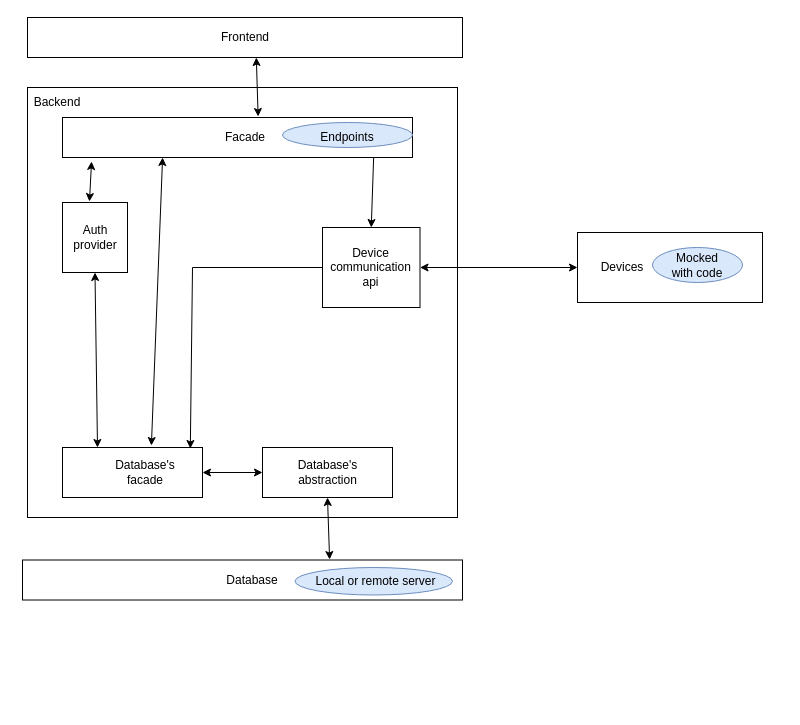
Before: DevicesMenagement/DevicesMenagement/docs/devicesMenagement_archi.drawio in Przemo12121/DevicesManagementApi, a draw.io diagram. Source tidied: cells renumbered, new cells numbered last; positions are measured from the earlier drawing's top-left corner, leaving out a move shared by most shapes. Both pictures are drawn from the tidied source at 100%, with x=0, y=0 at pixel (22, 17).
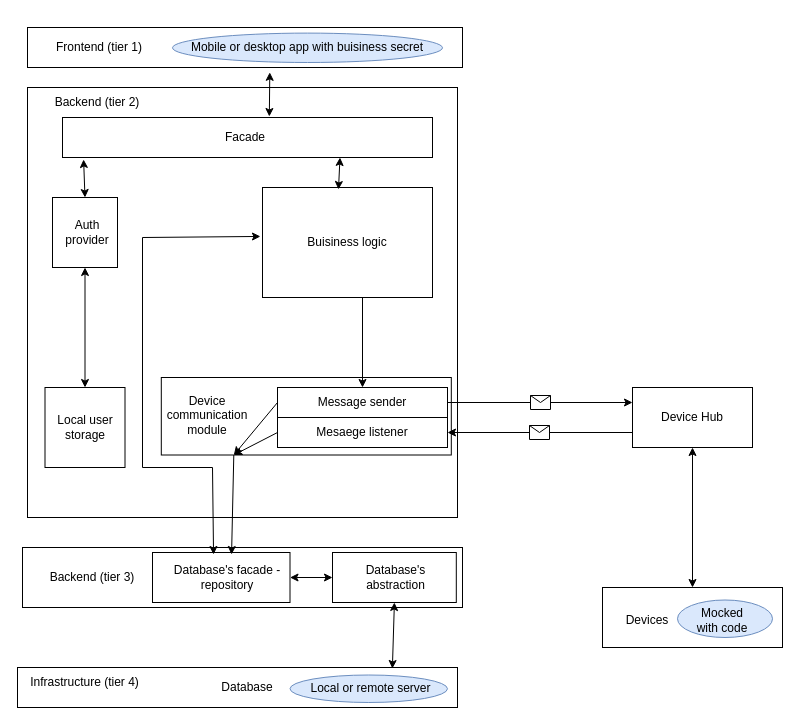
After the change.

The edit, as a diff of the source:
```diff
@@
+    <mxCell id="35" style="rounded=0;whiteSpace=wrap;html=1;" parent="1" vertex="1">
+      <mxGeometry y="530" width="440" height="60" as="geometry" />
+    </mxCell>
@@
     <mxCell id="3" style="rounded=0;whiteSpace=wrap;html=1;" parent="1" vertex="1">
-      <mxGeometry x="5" width="435" height="40" as="geometry" />
+      <mxGeometry x="5" y="10" width="435" height="40" as="geometry" />
     </mxCell>
-    <mxCell id="4" value="Frontend" style="text;html=1;strokeColor=none;fillColor=none;align=center;verticalAlign=middle;whiteSpace=wrap;rounded=0;" parent="1" vertex="1">
-      <mxGeometry x="192.5" y="5" width="60" height="30" as="geometry" />
+    <mxCell id="4" value="Frontend (tier 1)" style="text;html=1;strokeColor=none;fillColor=none;align=center;verticalAlign=middle;whiteSpace=wrap;rounded=0;" parent="1" vertex="1">
+      <mxGeometry x="7.5" y="15" width="137.5" height="30" as="geometry" />
     </mxCell>
-    <mxCell id="5" value="&lt;div&gt;Backend&lt;/div&gt;" style="text;html=1;strokeColor=none;fillColor=none;align=center;verticalAlign=middle;whiteSpace=wrap;rounded=0;" parent="1" vertex="1">
-      <mxGeometry x="5" y="70" width="60" height="30" as="geometry" />
+    <mxCell id="5" value="&lt;div&gt;Backend (tier 2)&lt;/div&gt;" style="text;html=1;strokeColor=none;fillColor=none;align=center;verticalAlign=middle;whiteSpace=wrap;rounded=0;" parent="1" vertex="1">
+      <mxGeometry x="5" y="70" width="140" height="30" as="geometry" />
     </mxCell>
     <mxCell id="6" style="rounded=0;whiteSpace=wrap;html=1;" parent="1" vertex="1">
-      <mxGeometry x="40" y="100" width="350" height="40" as="geometry" />
+      <mxGeometry x="40" y="100" width="370" height="40" as="geometry" />
     </mxCell>
@@
     <mxCell id="8" style="rounded=0;whiteSpace=wrap;html=1;" parent="1" vertex="1">
-      <mxGeometry y="542.5" width="440" height="40" as="geometry" />
+      <mxGeometry x="-5" y="650" width="440" height="40" as="geometry" />
     </mxCell>
     <mxCell id="9" value="Database " style="text;html=1;strokeColor=none;fillColor=none;align=center;verticalAlign=middle;whiteSpace=wrap;rounded=0;" parent="1" vertex="1">
-      <mxGeometry x="120" y="547.5" width="220" height="30" as="geometry" />
+      <mxGeometry x="115" y="655" width="220" height="30" as="geometry" />
     </mxCell>
     <mxCell id="10" style="rounded=0;whiteSpace=wrap;html=1;" parent="1" vertex="1">
-      <mxGeometry x="240" y="430" width="130" height="50" as="geometry" />
+      <mxGeometry x="310" y="535" width="123.8" height="50" as="geometry" />
     </mxCell>
     <mxCell id="11" value="Database's  abstraction" style="text;html=1;strokeColor=none;fillColor=none;align=center;verticalAlign=middle;whiteSpace=wrap;rounded=0;" parent="1" vertex="1">
-      <mxGeometry x="262.5" y="440" width="85" height="30" as="geometry" />
+      <mxGeometry x="331" y="545" width="85" height="30" as="geometry" />
     </mxCell>
     <mxCell id="12" style="rounded=0;whiteSpace=wrap;html=1;" parent="1" vertex="1">
-      <mxGeometry x="40" y="430" width="140" height="50" as="geometry" />
+      <mxGeometry x="130" y="535" width="137.5" height="50" as="geometry" />
     </mxCell>
-    <mxCell id="13" value="Database's facade" style="text;html=1;strokeColor=none;fillColor=none;align=center;verticalAlign=middle;whiteSpace=wrap;rounded=0;" parent="1" vertex="1">
-      <mxGeometry x="92.5" y="440" width="60" height="30" as="geometry" />
+    <mxCell id="13" value="Database's facade - repository" style="text;html=1;strokeColor=none;fillColor=none;align=center;verticalAlign=middle;whiteSpace=wrap;rounded=0;" parent="1" vertex="1">
+      <mxGeometry x="150" y="545" width="110" height="30" as="geometry" />
     </mxCell>
@@
-    <mxCell id="15" style="endArrow=classic;startArrow=classic;html=1;rounded=0;entryX=0.5;entryY=1;entryDx=0;entryDy=0;exitX=0.698;exitY=-0.012;exitDx=0;exitDy=0;exitPerimeter=0;" parent="1" edge="1" source="8" target="10">
+    <mxCell id="15" style="endArrow=classic;startArrow=classic;html=1;rounded=0;entryX=0.5;entryY=1;entryDx=0;entryDy=0;exitX=0.852;exitY=0.025;exitDx=0;exitDy=0;exitPerimeter=0;" parent="1" edge="1" source="8" target="10">
       <mxGeometry relative="1" as="geometry" />
     </mxCell>
-    <mxCell id="16" style="endArrow=classic;startArrow=classic;html=1;rounded=0;exitX=0.635;exitY=-0.04;exitDx=0;exitDy=0;entryX=0.286;entryY=1;entryDx=0;entryDy=0;entryPerimeter=0;exitPerimeter=0;" parent="1" edge="1" source="12" target="6">
-      <mxGeometry relative="1" as="geometry" />
+    <mxCell id="16" style="endArrow=classic;startArrow=classic;html=1;rounded=0;entryX=-0.012;entryY=0.445;entryDx=0;entryDy=0;entryPerimeter=0;exitX=0.444;exitY=0.04;exitDx=0;exitDy=0;exitPerimeter=0;" parent="1" edge="1" source="12" target="48">
+      <mxGeometry relative="1" as="geometry">
+        <Array as="points">
+          <mxPoint x="190" y="450" />
+          <mxPoint x="120" y="450" />
+          <mxPoint x="120" y="220" />
+        </Array>
+      </mxGeometry>
     </mxCell>
     <mxCell id="17" style="rounded=0;whiteSpace=wrap;html=1;" parent="1" vertex="1">
-      <mxGeometry x="555" y="215" width="185" height="70" as="geometry" />
+      <mxGeometry x="580" y="570" width="180" height="60" as="geometry" />
     </mxCell>
     <mxCell id="18" value="Devices" style="text;html=1;strokeColor=none;fillColor=none;align=center;verticalAlign=middle;whiteSpace=wrap;rounded=0;" parent="1" vertex="1">
-      <mxGeometry x="570" y="235" width="60" height="30" as="geometry" />
+      <mxGeometry x="595" y="587.5" width="60" height="30" as="geometry" />
     </mxCell>
     <mxCell id="19" style="rounded=0;whiteSpace=wrap;html=1;" parent="1" vertex="1">
-      <mxGeometry x="300" y="210" width="97.5" height="80" as="geometry" />
+      <mxGeometry x="138.8" y="360" width="290" height="77.5" as="geometry" />
     </mxCell>
-    <mxCell id="20" value="Device communication api" style="text;html=1;strokeColor=none;fillColor=none;align=center;verticalAlign=middle;whiteSpace=wrap;rounded=0;" parent="1" vertex="1">
-      <mxGeometry x="306.2" y="227.5" width="85" height="45" as="geometry" />
+    <mxCell id="20" value="Device communication module" style="text;html=1;strokeColor=none;fillColor=none;align=center;verticalAlign=middle;whiteSpace=wrap;rounded=0;" parent="1" vertex="1">
+      <mxGeometry x="150" y="357.5" width="70" height="80" as="geometry" />
     </mxCell>
-    <mxCell id="21" style="endArrow=classic;startArrow=classic;html=1;rounded=0;exitX=1;exitY=0.5;exitDx=0;exitDy=0;" parent="1" edge="1" source="19" target="17">
-      <mxGeometry relative="1" as="geometry" />
-    </mxCell>
-    <mxCell id="22" style="endArrow=classic;startArrow=classic;html=1;rounded=0;entryX=0.526;entryY=1;entryDx=0;entryDy=0;exitX=0.559;exitY=-0.025;exitDx=0;exitDy=0;exitPerimeter=0;entryPerimeter=0;" parent="1" edge="1" source="6" target="3">
+    <mxCell id="22" style="endArrow=classic;startArrow=classic;html=1;rounded=0;entryX=0.557;entryY=1.121;entryDx=0;entryDy=0;exitX=0.559;exitY=-0.025;exitDx=0;exitDy=0;exitPerimeter=0;entryPerimeter=0;" parent="1" edge="1" source="6" target="3">
       <mxGeometry relative="1" as="geometry" />
     </mxCell>
-    <mxCell id="23" style="endArrow=classic;html=1;exitX=0.889;exitY=1;exitDx=0;exitDy=0;exitPerimeter=0;entryX=0.5;entryY=0;entryDx=0;entryDy=0;" parent="1" edge="1" source="6" target="19">
-      <mxGeometry relative="1" as="geometry" />
-    </mxCell>
-    <mxCell id="24" style="endArrow=classic;html=1;rounded=0;exitX=0;exitY=0.5;exitDx=0;exitDy=0;entryX=0.913;entryY=0.02;entryDx=0;entryDy=0;entryPerimeter=0;" parent="1" edge="1" source="19" target="12">
-      <mxGeometry relative="1" as="geometry">
-        <Array as="points">
-          <mxPoint x="170" y="250" />
-        </Array>
-      </mxGeometry>
+    <mxCell id="24" style="endArrow=classic;html=1;rounded=0;exitX=0.25;exitY=1;exitDx=0;exitDy=0;entryX=0.575;entryY=0.04;entryDx=0;entryDy=0;entryPerimeter=0;" parent="1" edge="1" source="19" target="12">
+      <mxGeometry relative="1" as="geometry" />
     </mxCell>
     <mxCell id="25" style="ellipse;whiteSpace=wrap;html=1;fillColor=#dae8fc;strokeColor=#6c8ebf;" parent="1" vertex="1">
-      <mxGeometry x="630" y="230" width="90" height="35" as="geometry" />
+      <mxGeometry x="655" y="582.5" width="95" height="37.5" as="geometry" />
     </mxCell>
     <mxCell id="26" value="Mocked with code" style="text;html=1;strokeColor=none;fillColor=none;align=center;verticalAlign=middle;whiteSpace=wrap;rounded=0;" parent="1" vertex="1">
-      <mxGeometry x="645" y="232.5" width="60" height="30" as="geometry" />
+      <mxGeometry x="670" y="587.5" width="60" height="30" as="geometry" />
     </mxCell>
     <mxCell id="27" style="ellipse;whiteSpace=wrap;html=1;fillColor=#dae8fc;strokeColor=#6c8ebf;" parent="1" vertex="1">
-      <mxGeometry x="272.5" y="550" width="157.5" height="27.5" as="geometry" />
+      <mxGeometry x="267.5" y="657.5" width="157.5" height="27.5" as="geometry" />
     </mxCell>
     <mxCell id="28" value="Local or remote server" style="text;html=1;strokeColor=none;fillColor=none;align=center;verticalAlign=middle;whiteSpace=wrap;rounded=0;" parent="1" vertex="1">
-      <mxGeometry x="272.5" y="548.8" width="161.2" height="30" as="geometry" />
+      <mxGeometry x="267.5" y="656.2" width="161.2" height="30" as="geometry" />
     </mxCell>
-    <mxCell id="29" style="ellipse;whiteSpace=wrap;html=1;fillColor=#dae8fc;strokeColor=#6c8ebf;" parent="1" vertex="1">
-      <mxGeometry x="260" y="105" width="130" height="25" as="geometry" />
-    </mxCell>
-    <mxCell id="30" value="Endpoints" style="text;html=1;strokeColor=none;fillColor=none;align=center;verticalAlign=middle;whiteSpace=wrap;rounded=0;" parent="1" vertex="1">
-      <mxGeometry x="295" y="105" width="60" height="30" as="geometry" />
-    </mxCell>
     <mxCell id="31" style="rounded=0;whiteSpace=wrap;html=1;" parent="1" vertex="1">
-      <mxGeometry x="40" y="185" width="65" height="70" as="geometry" />
+      <mxGeometry x="30" y="180" width="65" height="70" as="geometry" />
     </mxCell>
     <mxCell id="32" value="Auth provider" style="text;html=1;strokeColor=none;fillColor=none;align=center;verticalAlign=middle;whiteSpace=wrap;rounded=0;" parent="1" vertex="1">
-      <mxGeometry x="42.5" y="205" width="60" height="30" as="geometry" />
+      <mxGeometry x="35" y="200" width="60" height="30" as="geometry" />
     </mxCell>
-    <mxCell id="33" style="endArrow=classic;startArrow=classic;html=1;rounded=0;entryX=0.083;entryY=1.1;entryDx=0;entryDy=0;entryPerimeter=0;exitX=0.415;exitY=-0.014;exitDx=0;exitDy=0;exitPerimeter=0;" parent="1" edge="1" source="31" target="6">
+    <mxCell id="33" style="endArrow=classic;startArrow=classic;html=1;rounded=0;entryX=0.057;entryY=1.05;entryDx=0;entryDy=0;entryPerimeter=0;exitX=0.5;exitY=0;exitDx=0;exitDy=0;" parent="1" edge="1" source="31" target="6">
       <mxGeometry relative="1" as="geometry" />
     </mxCell>
-    <mxCell id="34" style="endArrow=classic;startArrow=classic;html=1;rounded=0;entryX=0.5;entryY=1;entryDx=0;entryDy=0;exitX=0.25;exitY=0;exitDx=0;exitDy=0;" parent="1" edge="1" source="12" target="31">
+    <mxCell id="34" style="endArrow=classic;startArrow=classic;html=1;rounded=0;entryX=0.5;entryY=1;entryDx=0;entryDy=0;exitX=0.5;exitY=0;exitDx=0;exitDy=0;" parent="1" edge="1" source="51" target="31">
       <mxGeometry relative="1" as="geometry" />
     </mxCell>
+    <mxCell id="36" value="Backend (tier 3)" style="text;html=1;strokeColor=none;fillColor=none;align=center;verticalAlign=middle;whiteSpace=wrap;rounded=0;" parent="1" vertex="1">
+      <mxGeometry x="15" y="545" width="110" height="30" as="geometry" />
+    </mxCell>
+    <mxCell id="37" value="Infrastructure (tier 4)" style="text;html=1;strokeColor=none;fillColor=none;align=center;verticalAlign=middle;whiteSpace=wrap;rounded=0;" parent="1" vertex="1">
+      <mxGeometry y="650" width="125" height="30" as="geometry" />
+    </mxCell>
+    <mxCell id="38" style="rounded=0;whiteSpace=wrap;html=1;" parent="1" vertex="1">
+      <mxGeometry x="610" y="370" width="120" height="60" as="geometry" />
+    </mxCell>
+    <mxCell id="39" value="Device Hub" style="text;html=1;strokeColor=none;fillColor=none;align=center;verticalAlign=middle;whiteSpace=wrap;rounded=0;" parent="1" vertex="1">
+      <mxGeometry x="620" y="385" width="100" height="30" as="geometry" />
+    </mxCell>
+    <mxCell id="40" style="endArrow=classic;startArrow=classic;html=1;rounded=0;entryX=0.5;entryY=1;entryDx=0;entryDy=0;exitX=0.5;exitY=0;exitDx=0;exitDy=0;" parent="1" edge="1" source="17" target="38">
+      <mxGeometry relative="1" as="geometry" />
+    </mxCell>
+    <mxCell id="41" value="Message sender" style="rounded=0;whiteSpace=wrap;html=1;" parent="1" vertex="1">
+      <mxGeometry x="255" y="370" width="170" height="30" as="geometry" />
+    </mxCell>
+    <mxCell id="42" value="Mesaege listener" style="rounded=0;whiteSpace=wrap;html=1;" parent="1" vertex="1">
+      <mxGeometry x="255" y="400" width="170" height="30" as="geometry" />
+    </mxCell>
+    <mxCell id="43" style="endArrow=classic;html=1;rounded=0;entryX=0;entryY=0.25;entryDx=0;entryDy=0;exitX=1;exitY=0.5;exitDx=0;exitDy=0;" parent="1" edge="1" source="41" target="38">
+      <mxGeometry relative="1" as="geometry" />
+    </mxCell>
+    <mxCell id="44" style="shape=message;html=1;" parent="43" vertex="1">
+      <mxGeometry width="20" height="14" relative="1" as="geometry">
+        <mxPoint x="-10" y="-7" as="offset" />
+      </mxGeometry>
+    </mxCell>
+    <mxCell id="45" style="endArrow=classic;html=1;rounded=0;entryX=1;entryY=0.5;entryDx=0;entryDy=0;exitX=0;exitY=0.75;exitDx=0;exitDy=0;" parent="1" edge="1" source="38" target="42">
+      <mxGeometry relative="1" as="geometry" />
+    </mxCell>
+    <mxCell id="46" style="shape=message;html=1;" parent="45" vertex="1">
+      <mxGeometry width="20" height="14" relative="1" as="geometry">
+        <mxPoint x="-10" y="-7" as="offset" />
+      </mxGeometry>
+    </mxCell>
+    <mxCell id="47" value="Mobile or desktop app with buisiness secret" style="ellipse;whiteSpace=wrap;html=1;fillColor=#dae8fc;strokeColor=#6c8ebf;" parent="1" vertex="1">
+      <mxGeometry x="150" y="15.6" width="270" height="29.4" as="geometry" />
+    </mxCell>
+    <mxCell id="48" value="Buisiness logic" style="rounded=0;whiteSpace=wrap;html=1;" parent="1" vertex="1">
+      <mxGeometry x="240" y="170" width="170" height="110" as="geometry" />
+    </mxCell>
+    <mxCell id="49" style="endArrow=classic;startArrow=classic;html=1;rounded=0;entryX=0.75;entryY=1;entryDx=0;entryDy=0;exitX=0.447;exitY=0.018;exitDx=0;exitDy=0;exitPerimeter=0;" parent="1" edge="1" source="48" target="6">
+      <mxGeometry relative="1" as="geometry" />
+    </mxCell>
+    <mxCell id="50" style="endArrow=classic;html=1;rounded=0;entryX=0.5;entryY=0;entryDx=0;entryDy=0;" parent="1" edge="1" target="41">
+      <mxGeometry relative="1" as="geometry">
+        <mxPoint x="340" y="280" as="sourcePoint" />
+      </mxGeometry>
+    </mxCell>
+    <mxCell id="51" value="Local user storage" style="rounded=0;whiteSpace=wrap;html=1;" parent="1" vertex="1">
+      <mxGeometry x="22.5" y="370" width="80" height="80" as="geometry" />
+    </mxCell>
+    <mxCell id="52" style="endArrow=classic;html=1;rounded=0;entryX=0.25;entryY=1;entryDx=0;entryDy=0;exitX=0;exitY=0.5;exitDx=0;exitDy=0;" parent="1" edge="1" source="41" target="19">
+      <mxGeometry relative="1" as="geometry" />
+    </mxCell>
+    <mxCell id="53" style="endArrow=classic;html=1;rounded=0;entryX=0.25;entryY=1;entryDx=0;entryDy=0;exitX=0;exitY=0.5;exitDx=0;exitDy=0;" parent="1" edge="1" source="42" target="19">
+      <mxGeometry relative="1" as="geometry" />
+    </mxCell>
```
